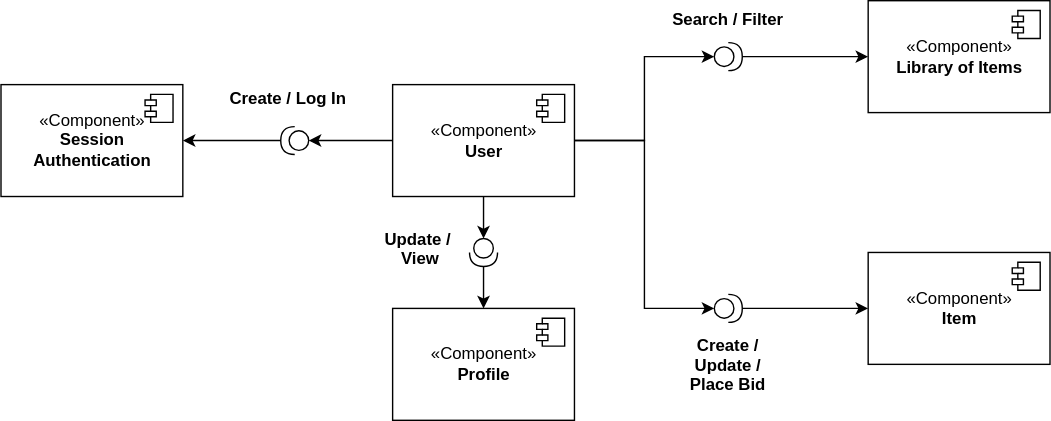
Before: UML-Component-Diagram-library-items.svg, a diagram exported from draw.io (treeindev/uml-diagrams). Source tidied: cells renumbered, new cells last; positions are measured from the earlier drawing's top-left corner, leaving out a move shared by most shapes. Source of this version:
```xml
<mxGraphModel>
  <root>
    <mxCell id="0" />
    <mxCell id="1" parent="0" />
    <mxCell id="2" style="edgeStyle=orthogonalEdgeStyle;rounded=0;jettySize=auto;html=1;entryX=0;entryY=0.5;entryDx=0;entryDy=0;entryPerimeter=0;" parent="1" edge="1" source="6" target="15">
      <mxGeometry relative="1" as="geometry" />
    </mxCell>
    <mxCell id="3" style="edgeStyle=orthogonalEdgeStyle;rounded=0;jettySize=auto;html=1;entryX=0;entryY=0.5;entryDx=0;entryDy=0;entryPerimeter=0;" parent="1" edge="1" source="6" target="17">
      <mxGeometry relative="1" as="geometry" />
    </mxCell>
    <mxCell id="4" style="edgeStyle=orthogonalEdgeStyle;rounded=0;jettySize=auto;html=1;entryX=0;entryY=0.5;entryDx=0;entryDy=0;entryPerimeter=0;" parent="1" edge="1" source="6" target="19">
      <mxGeometry relative="1" as="geometry" />
    </mxCell>
    <mxCell id="5" style="edgeStyle=orthogonalEdgeStyle;rounded=0;jettySize=auto;html=1;entryX=0;entryY=0.5;entryDx=0;entryDy=0;entryPerimeter=0;" parent="1" edge="1" source="6" target="26">
      <mxGeometry relative="1" as="geometry" />
    </mxCell>
    <mxCell id="6" value="«Component»&lt;br&gt;&lt;b&gt;User&lt;br&gt;&lt;/b&gt;" style="html=1;" parent="1" vertex="1">
      <mxGeometry x="280" y="60" width="130" height="80" as="geometry" />
    </mxCell>
    <mxCell id="7" style="shape=module;jettyWidth=8;jettyHeight=4;" parent="6" vertex="1">
      <mxGeometry x="1" width="20" height="20" relative="1" as="geometry">
        <mxPoint x="-27" y="7" as="offset" />
      </mxGeometry>
    </mxCell>
    <mxCell id="8" value="«Component»&lt;br&gt;&lt;b&gt;Item&lt;br&gt;&lt;/b&gt;" style="html=1;" parent="1" vertex="1">
      <mxGeometry x="620" y="180" width="130" height="80" as="geometry" />
    </mxCell>
    <mxCell id="9" style="shape=module;jettyWidth=8;jettyHeight=4;" parent="8" vertex="1">
      <mxGeometry x="1" width="20" height="20" relative="1" as="geometry">
        <mxPoint x="-27" y="7" as="offset" />
      </mxGeometry>
    </mxCell>
    <mxCell id="10" value="«Component»&lt;br&gt;&lt;b&gt;Library of Items&lt;br&gt;&lt;/b&gt;" style="html=1;" parent="1" vertex="1">
      <mxGeometry x="620" width="130" height="80" as="geometry" />
    </mxCell>
    <mxCell id="11" style="shape=module;jettyWidth=8;jettyHeight=4;" parent="10" vertex="1">
      <mxGeometry x="1" width="20" height="20" relative="1" as="geometry">
        <mxPoint x="-27" y="7" as="offset" />
      </mxGeometry>
    </mxCell>
    <mxCell id="12" value="«Component»&lt;br&gt;&lt;b&gt;Session &lt;br&gt;Authentication&lt;br&gt;&lt;/b&gt;" style="html=1;" parent="1" vertex="1">
      <mxGeometry y="60" width="130" height="80" as="geometry" />
    </mxCell>
    <mxCell id="13" style="shape=module;jettyWidth=8;jettyHeight=4;" parent="12" vertex="1">
      <mxGeometry x="1" width="20" height="20" relative="1" as="geometry">
        <mxPoint x="-27" y="7" as="offset" />
      </mxGeometry>
    </mxCell>
    <mxCell id="14" style="edgeStyle=orthogonalEdgeStyle;rounded=0;jettySize=auto;html=1;" parent="1" edge="1" source="15">
      <mxGeometry relative="1" as="geometry">
        <mxPoint x="130" y="100" as="targetPoint" />
      </mxGeometry>
    </mxCell>
    <mxCell id="15" style="shape=providedRequiredInterface;html=1;verticalLabelPosition=bottom;rotation=-180;" parent="1" vertex="1">
      <mxGeometry x="200" y="90" width="20" height="20" as="geometry" />
    </mxCell>
    <mxCell id="16" style="edgeStyle=orthogonalEdgeStyle;rounded=0;jettySize=auto;html=1;entryX=0;entryY=0.5;entryDx=0;entryDy=0;" parent="1" edge="1" source="17" target="10">
      <mxGeometry relative="1" as="geometry" />
    </mxCell>
    <mxCell id="17" style="shape=providedRequiredInterface;html=1;verticalLabelPosition=bottom;" parent="1" vertex="1">
      <mxGeometry x="510" y="30" width="20" height="20" as="geometry" />
    </mxCell>
    <mxCell id="18" style="edgeStyle=orthogonalEdgeStyle;rounded=0;jettySize=auto;html=1;entryX=0;entryY=0.5;entryDx=0;entryDy=0;" parent="1" edge="1" source="19" target="8">
      <mxGeometry relative="1" as="geometry" />
    </mxCell>
    <mxCell id="19" style="shape=providedRequiredInterface;html=1;verticalLabelPosition=bottom;" parent="1" vertex="1">
      <mxGeometry x="510" y="210" width="20" height="20" as="geometry" />
    </mxCell>
    <mxCell id="20" value="Create / Log In" style="text;html=1;align=center;verticalAlign=middle;strokeColor=none;fontStyle=1;" parent="1" vertex="1">
      <mxGeometry x="155" y="60" width="100" height="20" as="geometry" />
    </mxCell>
    <mxCell id="21" value="Search / Filter" style="text;align=center;fontStyle=1;verticalAlign=middle;spacingLeft=3;spacingRight=3;strokeColor=none;" parent="1" vertex="1">
      <mxGeometry x="480" width="80" height="26" as="geometry" />
    </mxCell>
    <mxCell id="22" value="Create / &#10;Update /&#10;Place Bid" style="text;align=center;fontStyle=1;verticalAlign=middle;spacingLeft=3;spacingRight=3;strokeColor=none;" parent="1" vertex="1">
      <mxGeometry x="480" y="247" width="80" height="26" as="geometry" />
    </mxCell>
    <mxCell id="23" value="«Component»&lt;br&gt;&lt;b&gt;Profile&lt;br&gt;&lt;/b&gt;" style="html=1;" parent="1" vertex="1">
      <mxGeometry x="280" y="220" width="130" height="80" as="geometry" />
    </mxCell>
    <mxCell id="24" style="shape=module;jettyWidth=8;jettyHeight=4;" parent="23" vertex="1">
      <mxGeometry x="1" width="20" height="20" relative="1" as="geometry">
        <mxPoint x="-27" y="7" as="offset" />
      </mxGeometry>
    </mxCell>
    <mxCell id="25" style="edgeStyle=orthogonalEdgeStyle;rounded=0;jettySize=auto;html=1;entryX=0.5;entryY=0;entryDx=0;entryDy=0;" parent="1" edge="1" source="26" target="23">
      <mxGeometry relative="1" as="geometry" />
    </mxCell>
    <mxCell id="26" style="shape=providedRequiredInterface;html=1;verticalLabelPosition=bottom;rotation=90;" parent="1" vertex="1">
      <mxGeometry x="335" y="170" width="20" height="20" as="geometry" />
    </mxCell>
    <mxCell id="27" value="Update / &#10;View" style="text;align=center;fontStyle=1;verticalAlign=middle;spacingLeft=3;spacingRight=3;strokeColor=none;" parent="1" vertex="1">
      <mxGeometry x="260" y="164" width="80" height="26" as="geometry" />
    </mxCell>
  </root>
</mxGraphModel>
```
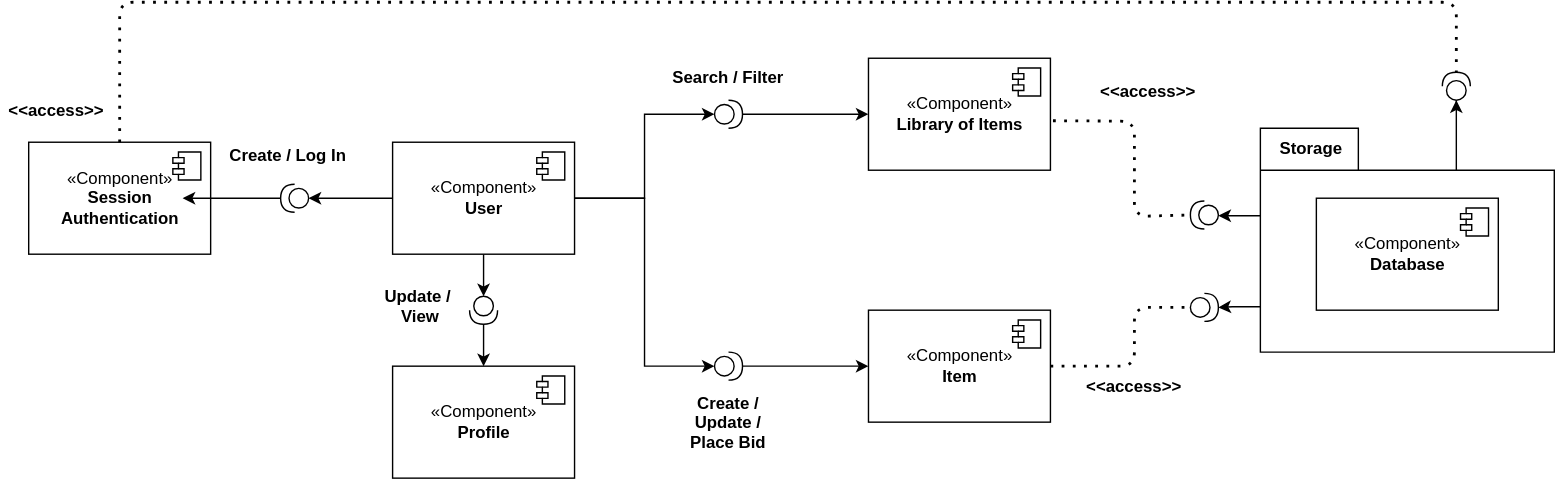
The same file after the commit.

Diff of the diagram source:
```diff
@@ -2,6 +2,18 @@
   <root>
     <mxCell id="0" />
     <mxCell id="1" parent="0" />
+    <mxCell id="28" style="edgeStyle=orthogonalEdgeStyle;rounded=0;jettySize=auto;html=1;exitX=0;exitY=0;exitDx=140;exitDy=30;exitPerimeter=0;entryX=0;entryY=0.5;entryDx=0;entryDy=0;entryPerimeter=0;" parent="1" edge="1" source="31" target="41">
+      <mxGeometry relative="1" as="geometry" />
+    </mxCell>
+    <mxCell id="29" style="edgeStyle=orthogonalEdgeStyle;rounded=0;jettySize=auto;html=1;exitX=0;exitY=0;exitDx=0;exitDy=62.5;exitPerimeter=0;entryX=0;entryY=0.5;entryDx=0;entryDy=0;entryPerimeter=0;" parent="1" edge="1" source="31" target="42">
+      <mxGeometry relative="1" as="geometry" />
+    </mxCell>
+    <mxCell id="30" style="edgeStyle=orthogonalEdgeStyle;rounded=0;jettySize=auto;html=1;exitX=0;exitY=0;exitDx=0;exitDy=127.5;exitPerimeter=0;" parent="1" edge="1" source="31" target="43">
+      <mxGeometry relative="1" as="geometry" />
+    </mxCell>
+    <mxCell id="31" style="shape=folder;fontStyle=1;spacingTop=10;tabWidth=70;tabHeight=30;tabPosition=left;html=1;" parent="1" vertex="1">
+      <mxGeometry x="900" y="50" width="210" height="160" as="geometry" />
+    </mxCell>
     <mxCell id="2" style="edgeStyle=orthogonalEdgeStyle;rounded=0;jettySize=auto;html=1;entryX=0;entryY=0.5;entryDx=0;entryDy=0;entryPerimeter=0;" parent="1" edge="1" source="6" target="15">
       <mxGeometry relative="1" as="geometry" />
     </mxCell>
@@ -39,7 +51,7 @@
       </mxGeometry>
     </mxCell>
     <mxCell id="12" value="«Component»&lt;br&gt;&lt;b&gt;Session &lt;br&gt;Authentication&lt;br&gt;&lt;/b&gt;" style="html=1;" parent="1" vertex="1">
-      <mxGeometry y="60" width="130" height="80" as="geometry" />
+      <mxGeometry x="20" y="60" width="130" height="80" as="geometry" />
     </mxCell>
     <mxCell id="13" style="shape=module;jettyWidth=8;jettyHeight=4;" parent="12" vertex="1">
       <mxGeometry x="1" width="20" height="20" relative="1" as="geometry">
@@ -92,5 +104,59 @@
     <mxCell id="27" value="Update / &#10;View" style="text;align=center;fontStyle=1;verticalAlign=middle;spacingLeft=3;spacingRight=3;strokeColor=none;" parent="1" vertex="1">
       <mxGeometry x="260" y="164" width="80" height="26" as="geometry" />
     </mxCell>
+    <mxCell id="32" value="«Component»&lt;br&gt;&lt;b&gt;Database&lt;br&gt;&lt;/b&gt;" style="html=1;" parent="1" vertex="1">
+      <mxGeometry x="940" y="100" width="130" height="80" as="geometry" />
+    </mxCell>
+    <mxCell id="33" style="shape=module;jettyWidth=8;jettyHeight=4;" parent="32" vertex="1">
+      <mxGeometry x="1" width="20" height="20" relative="1" as="geometry">
+        <mxPoint x="-27" y="7" as="offset" />
+      </mxGeometry>
+    </mxCell>
+    <mxCell id="34" value="Storage" style="text;html=1;align=center;verticalAlign=middle;strokeColor=none;fillColor=none;fontStyle=1;" parent="1" vertex="1">
+      <mxGeometry x="906" y="55" width="60" height="20" as="geometry" />
+    </mxCell>
+    <mxCell id="35" style="endArrow=none;dashed=1;html=1;dashPattern=1 3;strokeWidth=2;exitX=1.014;exitY=0.558;exitDx=0;exitDy=0;exitPerimeter=0;" parent="1" edge="1" source="10">
+      <mxGeometry relative="1" as="geometry">
+        <mxPoint x="850" y="112" as="targetPoint" />
+        <Array as="points">
+          <mxPoint x="810" y="45" />
+          <mxPoint x="810" y="113" />
+        </Array>
+      </mxGeometry>
+    </mxCell>
+    <mxCell id="36" style="endArrow=none;dashed=1;html=1;dashPattern=1 3;strokeWidth=2;exitX=1;exitY=0.5;exitDx=0;exitDy=0;entryX=0;entryY=0.5;entryDx=0;entryDy=0;entryPerimeter=0;" parent="1" edge="1" source="8" target="43">
+      <mxGeometry relative="1" as="geometry">
+        <Array as="points">
+          <mxPoint x="810" y="220" />
+          <mxPoint x="810" y="178" />
+        </Array>
+      </mxGeometry>
+    </mxCell>
+    <mxCell id="37" value="&lt;&lt;access&gt;&gt;" style="text;align=center;fontStyle=1;verticalAlign=middle;spacingLeft=3;spacingRight=3;strokeColor=none;" parent="1" vertex="1">
+      <mxGeometry x="770" y="221" width="80" height="26" as="geometry" />
+    </mxCell>
+    <mxCell id="38" value="&lt;&lt;access&gt;&gt;" style="text;align=center;fontStyle=1;verticalAlign=middle;spacingLeft=3;spacingRight=3;strokeColor=none;" parent="1" vertex="1">
+      <mxGeometry x="780" y="10" width="80" height="26" as="geometry" />
+    </mxCell>
+    <mxCell id="39" style="endArrow=none;dashed=1;html=1;dashPattern=1 3;strokeWidth=2;exitX=0.5;exitY=0;exitDx=0;exitDy=0;entryX=1;entryY=0.5;entryDx=0;entryDy=0;entryPerimeter=0;" parent="1" edge="1" source="12" target="41">
+      <mxGeometry relative="1" as="geometry">
+        <Array as="points">
+          <mxPoint x="85" y="-40" />
+          <mxPoint x="1040" y="-40" />
+        </Array>
+      </mxGeometry>
+    </mxCell>
+    <mxCell id="40" value="&lt;&lt;access&gt;&gt;" style="text;align=center;fontStyle=1;verticalAlign=middle;spacingLeft=3;spacingRight=3;strokeColor=none;" parent="1" vertex="1">
+      <mxGeometry y="24" width="80" height="26" as="geometry" />
+    </mxCell>
+    <mxCell id="41" style="shape=providedRequiredInterface;html=1;verticalLabelPosition=bottom;rotation=-90;" parent="1" vertex="1">
+      <mxGeometry x="1030" y="10" width="20" height="20" as="geometry" />
+    </mxCell>
+    <mxCell id="42" style="shape=providedRequiredInterface;html=1;verticalLabelPosition=bottom;rotation=-180;" parent="1" vertex="1">
+      <mxGeometry x="850" y="102" width="20" height="20" as="geometry" />
+    </mxCell>
+    <mxCell id="43" style="shape=providedRequiredInterface;html=1;verticalLabelPosition=bottom;" parent="1" vertex="1">
+      <mxGeometry x="850" y="168" width="20" height="20" as="geometry" />
+    </mxCell>
   </root>
 </mxGraphModel>
```
